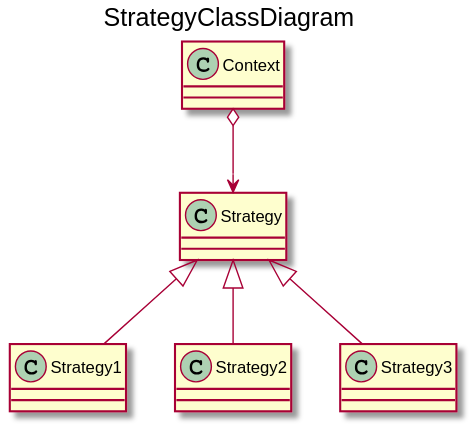
The PlantUML diagram docs/out/StrategyClassDiagram.svg in LuMoehlenkamp/gitTest, before a commit. Its diagram source:
```plantuml
@startuml
title StrategyClassDiagram

class Strategy
class Strategy1
class Strategy2
class Strategy3
class Context

Context o--> Strategy
Strategy <|-- Strategy1
Strategy <|-- Strategy2
Strategy <|-- Strategy3

@enduml
```
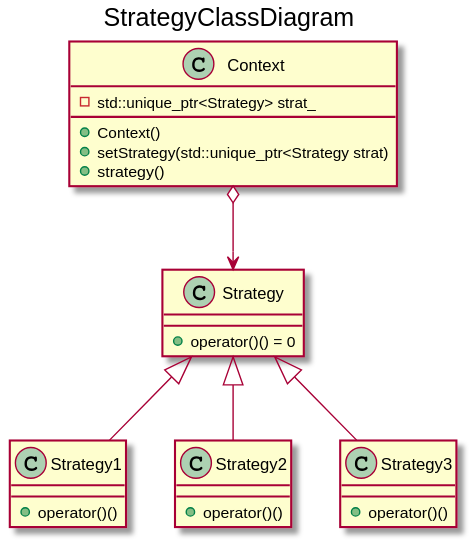
After the commit.

Commit message:
updated class diagram

What changed in the source:
```diff
@@ -1,11 +1,25 @@
 @startuml
 title StrategyClassDiagram
 
-class Strategy
-class Strategy1
-class Strategy2
-class Strategy3
-class Context
+class Strategy {
+  + operator()() = 0
+}
+
+class Strategy1 {
+  + operator()()
+}
+class Strategy2 {
+  + operator()()
+}
+class Strategy3 {
+  + operator()()
+}
+class Context {
+  - std::unique_ptr<Strategy> strat_
+  + Context()
+  + setStrategy(std::unique_ptr<Strategy strat)
+  + strategy()
+}
 
 Context o--> Strategy
 Strategy <|-- Strategy1
```
